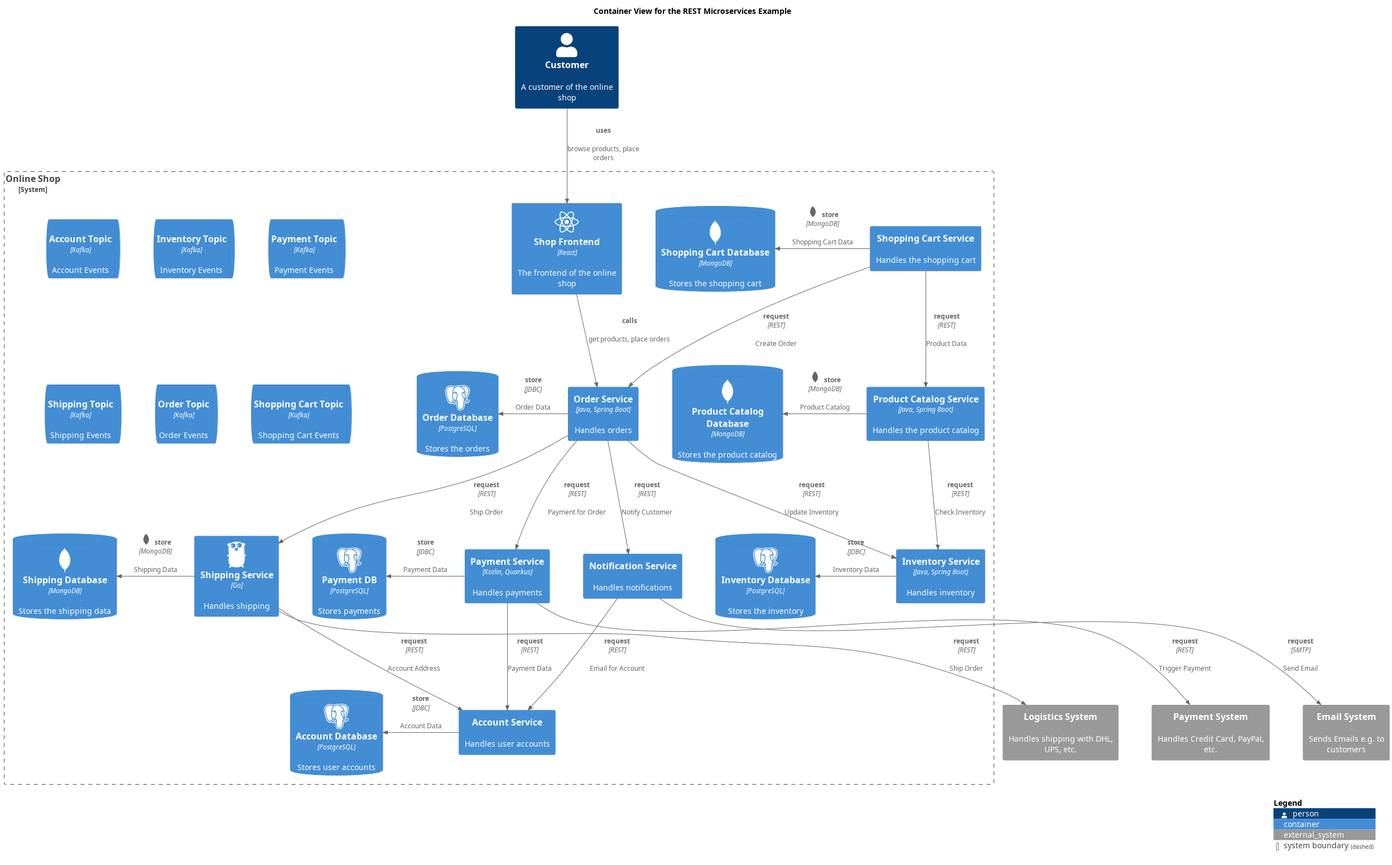
The PlantUML diagram docs/software-development/architecture/example/microservices/rest-container-view.png in lsolbach/overarch-models, before a commit. Its diagram source:
```plantuml
@startuml rest-container-view
!include <C4/C4_Container.puml>
!include <awslib14/AWSCommon>
!include <awslib14/AWSC4Integration>
!include <azure/AzureCommon>
!include <azure/AzureC4Integration>
!include <tupadr3/common>
!include <tupadr3/font-awesome-5/react>
!include <tupadr3/devicons2/postgresql>
!include <tupadr3/devicons2/go>
!include <tupadr3/devicons2/mongodb>


LAYOUT_TOP_DOWN()



skinparam nodesep 60
skinparam ranksep 60
title Container View for the REST Microservices Example
System_Ext(softwareDevelopment_architecture_example_microservices_logisticsSystem, "Logistics System", $descr="Handles shipping with DHL, UPS, etc.")
System_Ext(softwareDevelopment_architecture_example_microservices_paymentSystem, "Payment System", $descr="Handles Credit Card, PayPal, etc.")
System_Boundary(softwareDevelopment_architecture_example_microservices_onlineShop, "Online Shop") {
  ContainerQueue(softwareDevelopment_architecture_example_microservices_accountTopic, "Account Topic", $descr="Account Events", $techn="Kafka", $sprite="kafka")
  Container(softwareDevelopment_architecture_example_microservices_paymentService, "Payment Service", $descr="Handles payments", $techn="Kotlin, Quarkus")
  ContainerDb(softwareDevelopment_architecture_example_microservices_shippingDb, "Shipping Database", $descr="Stores the shipping data", $techn="MongoDB", $sprite="mongodb")
  Container(softwareDevelopment_architecture_example_microservices_shippingService, "Shipping Service", $descr="Handles shipping", $techn="Go", $sprite="go")
  Container(softwareDevelopment_architecture_example_microservices_shoppingCartService, "Shopping Cart Service", $descr="Handles the shopping cart")
  ContainerQueue(softwareDevelopment_architecture_example_microservices_inventoryTopic, "Inventory Topic", $descr="Inventory Events", $techn="Kafka", $sprite="kafka")
  ContainerQueue(softwareDevelopment_architecture_example_microservices_paymentTopic, "Payment Topic", $descr="Payment Events", $techn="Kafka", $sprite="kafka")
  ContainerDb(softwareDevelopment_architecture_example_microservices_inventoryDb, "Inventory Database", $descr="Stores the inventory", $techn="PostgreSQL", $sprite="postgresql")
  Container(softwareDevelopment_architecture_example_microservices_notificationService, "Notification Service", $descr="Handles notifications")
  ContainerQueue(softwareDevelopment_architecture_example_microservices_shippingTopic, "Shipping Topic", $descr="Shipping Events", $techn="Kafka", $sprite="kafka")
  ContainerQueue(softwareDevelopment_architecture_example_microservices_orderTopic, "Order Topic", $descr="Order Events", $techn="Kafka", $sprite="kafka")
  Container(softwareDevelopment_architecture_example_microservices_inventoryService, "Inventory Service", $descr="Handles inventory", $techn="Java, Spring Boot")
  ContainerQueue(softwareDevelopment_architecture_example_microservices_shoppingCartTopic, "Shopping Cart Topic", $descr="Shopping Cart Events", $techn="Kafka", $sprite="kafka")
  Container(softwareDevelopment_architecture_example_microservices_shopFrontend, "Shop Frontend", $descr="The frontend of the online shop", $techn="React", $sprite="react")
  Container(softwareDevelopment_architecture_example_microservices_orderService, "Order Service", $descr="Handles orders", $techn="Java, Spring Boot")
  ContainerDb(softwareDevelopment_architecture_example_microservices_paymentDb, "Payment DB", $descr="Stores payments", $techn="PostgreSQL", $sprite="postgresql")
  ContainerDb(softwareDevelopment_architecture_example_microservices_accountDb, "Account Database", $descr="Stores user accounts", $techn="PostgreSQL", $sprite="postgresql")
  Container(softwareDevelopment_architecture_example_microservices_accountService, "Account Service", $descr="Handles user accounts")
  ContainerDb(softwareDevelopment_architecture_example_microservices_productCatalogDb, "Product Catalog Database", $descr="Stores the product catalog", $techn="MongoDB", $sprite="mongodb")
  ContainerDb(softwareDevelopment_architecture_example_microservices_orderDb, "Order Database", $descr="Stores the orders", $techn="PostgreSQL", $sprite="postgresql")
  Container(softwareDevelopment_architecture_example_microservices_productCatalogService, "Product Catalog Service", $descr="Handles the product catalog", $techn="Java, Spring Boot")
  ContainerDb(softwareDevelopment_architecture_example_microservices_shoppingCartDb, "Shopping Cart Database", $descr="Stores the shopping cart", $techn="MongoDB", $sprite="mongodb")
}
Person(softwareDevelopment_architecture_example_microservices_customer, "Customer", $descr="A customer of the online shop")
System_Ext(softwareDevelopment_architecture_example_microservices_emailSystem, "Email System", $descr="Sends Emails e.g. to customers")
Rel_L(softwareDevelopment_architecture_example_microservices_accountService, softwareDevelopment_architecture_example_microservices_accountDb, "store", $descr="Account Data", $techn="JDBC")
Rel(softwareDevelopment_architecture_example_microservices_paymentService, softwareDevelopment_architecture_example_microservices_accountService, "request", $descr="Payment Data", $techn="REST")
Rel(softwareDevelopment_architecture_example_microservices_orderService, softwareDevelopment_architecture_example_microservices_paymentService, "request", $descr="Payment for Order", $techn="REST")
Rel(softwareDevelopment_architecture_example_microservices_orderService, softwareDevelopment_architecture_example_microservices_notificationService, "request", $descr="Notify Customer", $techn="REST")
Rel_L(softwareDevelopment_architecture_example_microservices_orderService, softwareDevelopment_architecture_example_microservices_orderDb, "store", $descr="Order Data", $techn="JDBC")
Rel(softwareDevelopment_architecture_example_microservices_shopFrontend, softwareDevelopment_architecture_example_microservices_orderService, "calls", $descr="get products, place orders")
Rel(softwareDevelopment_architecture_example_microservices_paymentService, softwareDevelopment_architecture_example_microservices_paymentSystem, "request", $descr="Trigger Payment", $techn="REST")
Rel_L(softwareDevelopment_architecture_example_microservices_shoppingCartService, softwareDevelopment_architecture_example_microservices_shoppingCartDb, "store", $descr="Shopping Cart Data", $techn="MongoDB", $sprite="mongodb,scale=0.5")
Rel_L(softwareDevelopment_architecture_example_microservices_paymentService, softwareDevelopment_architecture_example_microservices_paymentDb, "store", $descr="Payment Data", $techn="JDBC")
Rel(softwareDevelopment_architecture_example_microservices_notificationService, softwareDevelopment_architecture_example_microservices_emailSystem, "request", $descr="Send Email", $techn="SMTP")
Rel(softwareDevelopment_architecture_example_microservices_productCatalogService, softwareDevelopment_architecture_example_microservices_inventoryService, "request", $descr="Check Inventory", $techn="REST")
Rel(softwareDevelopment_architecture_example_microservices_orderService, softwareDevelopment_architecture_example_microservices_shippingService, "request", $descr="Ship Order", $techn="REST")
Rel(softwareDevelopment_architecture_example_microservices_notificationService, softwareDevelopment_architecture_example_microservices_accountService, "request", $descr="Email for Account", $techn="REST")
Rel_L(softwareDevelopment_architecture_example_microservices_inventoryService, softwareDevelopment_architecture_example_microservices_inventoryDb, "store", $descr="Inventory Data", $techn="JDBC")
Rel(softwareDevelopment_architecture_example_microservices_shoppingCartService, softwareDevelopment_architecture_example_microservices_productCatalogService, "request", $descr="Product Data", $techn="REST")
Rel_L(softwareDevelopment_architecture_example_microservices_shippingService, softwareDevelopment_architecture_example_microservices_shippingDb, "store", $descr="Shipping Data", $techn="MongoDB", $sprite="mongodb,scale=0.5")
Rel(softwareDevelopment_architecture_example_microservices_shippingService, softwareDevelopment_architecture_example_microservices_accountService, "request", $descr="Account Address", $techn="REST")
Rel(softwareDevelopment_architecture_example_microservices_customer, softwareDevelopment_architecture_example_microservices_shopFrontend, "uses", $descr="browse products, place orders")
Rel(softwareDevelopment_architecture_example_microservices_shippingService, softwareDevelopment_architecture_example_microservices_logisticsSystem, "request", $descr="Ship Order", $techn="REST")
Rel_L(softwareDevelopment_architecture_example_microservices_productCatalogService, softwareDevelopment_architecture_example_microservices_productCatalogDb, "store", $descr="Product Catalog", $techn="MongoDB", $sprite="mongodb,scale=0.5")
Rel(softwareDevelopment_architecture_example_microservices_orderService, softwareDevelopment_architecture_example_microservices_inventoryService, "request", $descr="Update Inventory", $techn="REST")
Rel(softwareDevelopment_architecture_example_microservices_shoppingCartService, softwareDevelopment_architecture_example_microservices_orderService, "request", $descr="Create Order", $techn="REST")
SHOW_LEGEND()
@enduml
```
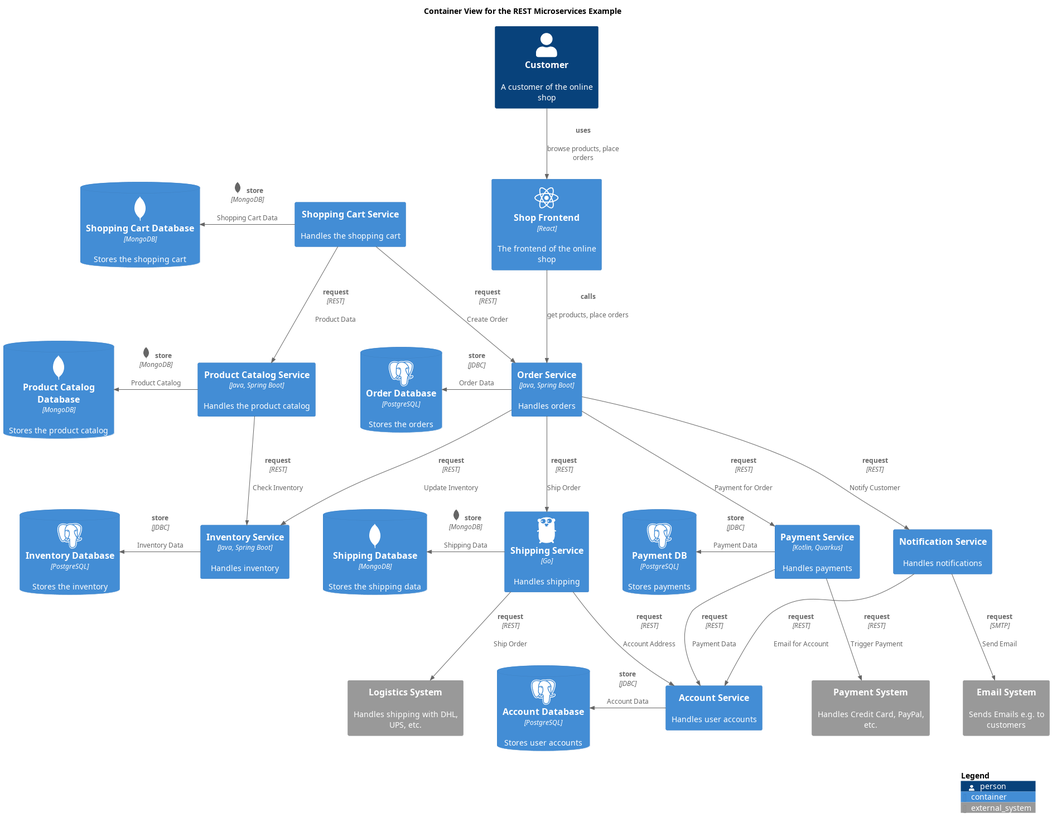
After the change.

Change to the diagram source:
```diff
@@ -18,33 +18,25 @@
 skinparam nodesep 60
 skinparam ranksep 60
 title Container View for the REST Microservices Example
+Container(softwareDevelopment_architecture_example_microservices_paymentService, "Payment Service", $descr="Handles payments", $techn="Kotlin, Quarkus")
+Container(softwareDevelopment_architecture_example_microservices_inventoryService, "Inventory Service", $descr="Handles inventory", $techn="Java, Spring Boot")
 System_Ext(softwareDevelopment_architecture_example_microservices_logisticsSystem, "Logistics System", $descr="Handles shipping with DHL, UPS, etc.")
+Container(softwareDevelopment_architecture_example_microservices_shippingService, "Shipping Service", $descr="Handles shipping", $techn="Go", $sprite="go")
+ContainerDb(softwareDevelopment_architecture_example_microservices_productCatalogDb, "Product Catalog Database", $descr="Stores the product catalog", $techn="MongoDB", $sprite="mongodb")
+ContainerDb(softwareDevelopment_architecture_example_microservices_shoppingCartDb, "Shopping Cart Database", $descr="Stores the shopping cart", $techn="MongoDB", $sprite="mongodb")
+ContainerDb(softwareDevelopment_architecture_example_microservices_accountDb, "Account Database", $descr="Stores user accounts", $techn="PostgreSQL", $sprite="postgresql")
 System_Ext(softwareDevelopment_architecture_example_microservices_paymentSystem, "Payment System", $descr="Handles Credit Card, PayPal, etc.")
-System_Boundary(softwareDevelopment_architecture_example_microservices_onlineShop, "Online Shop") {
-  ContainerQueue(softwareDevelopment_architecture_example_microservices_accountTopic, "Account Topic", $descr="Account Events", $techn="Kafka", $sprite="kafka")
-  Container(softwareDevelopment_architecture_example_microservices_paymentService, "Payment Service", $descr="Handles payments", $techn="Kotlin, Quarkus")
-  ContainerDb(softwareDevelopment_architecture_example_microservices_shippingDb, "Shipping Database", $descr="Stores the shipping data", $techn="MongoDB", $sprite="mongodb")
-  Container(softwareDevelopment_architecture_example_microservices_shippingService, "Shipping Service", $descr="Handles shipping", $techn="Go", $sprite="go")
-  Container(softwareDevelopment_architecture_example_microservices_shoppingCartService, "Shopping Cart Service", $descr="Handles the shopping cart")
-  ContainerQueue(softwareDevelopment_architecture_example_microservices_inventoryTopic, "Inventory Topic", $descr="Inventory Events", $techn="Kafka", $sprite="kafka")
-  ContainerQueue(softwareDevelopment_architecture_example_microservices_paymentTopic, "Payment Topic", $descr="Payment Events", $techn="Kafka", $sprite="kafka")
-  ContainerDb(softwareDevelopment_architecture_example_microservices_inventoryDb, "Inventory Database", $descr="Stores the inventory", $techn="PostgreSQL", $sprite="postgresql")
-  Container(softwareDevelopment_architecture_example_microservices_notificationService, "Notification Service", $descr="Handles notifications")
-  ContainerQueue(softwareDevelopment_architecture_example_microservices_shippingTopic, "Shipping Topic", $descr="Shipping Events", $techn="Kafka", $sprite="kafka")
-  ContainerQueue(softwareDevelopment_architecture_example_microservices_orderTopic, "Order Topic", $descr="Order Events", $techn="Kafka", $sprite="kafka")
-  Container(softwareDevelopment_architecture_example_microservices_inventoryService, "Inventory Service", $descr="Handles inventory", $techn="Java, Spring Boot")
-  ContainerQueue(softwareDevelopment_architecture_example_microservices_shoppingCartTopic, "Shopping Cart Topic", $descr="Shopping Cart Events", $techn="Kafka", $sprite="kafka")
-  Container(softwareDevelopment_architecture_example_microservices_shopFrontend, "Shop Frontend", $descr="The frontend of the online shop", $techn="React", $sprite="react")
-  Container(softwareDevelopment_architecture_example_microservices_orderService, "Order Service", $descr="Handles orders", $techn="Java, Spring Boot")
-  ContainerDb(softwareDevelopment_architecture_example_microservices_paymentDb, "Payment DB", $descr="Stores payments", $techn="PostgreSQL", $sprite="postgresql")
-  ContainerDb(softwareDevelopment_architecture_example_microservices_accountDb, "Account Database", $descr="Stores user accounts", $techn="PostgreSQL", $sprite="postgresql")
-  Container(softwareDevelopment_architecture_example_microservices_accountService, "Account Service", $descr="Handles user accounts")
-  ContainerDb(softwareDevelopment_architecture_example_microservices_productCatalogDb, "Product Catalog Database", $descr="Stores the product catalog", $techn="MongoDB", $sprite="mongodb")
-  ContainerDb(softwareDevelopment_architecture_example_microservices_orderDb, "Order Database", $descr="Stores the orders", $techn="PostgreSQL", $sprite="postgresql")
-  Container(softwareDevelopment_architecture_example_microservices_productCatalogService, "Product Catalog Service", $descr="Handles the product catalog", $techn="Java, Spring Boot")
-  ContainerDb(softwareDevelopment_architecture_example_microservices_shoppingCartDb, "Shopping Cart Database", $descr="Stores the shopping cart", $techn="MongoDB", $sprite="mongodb")
-}
+Container(softwareDevelopment_architecture_example_microservices_shopFrontend, "Shop Frontend", $descr="The frontend of the online shop", $techn="React", $sprite="react")
+Container(softwareDevelopment_architecture_example_microservices_shoppingCartService, "Shopping Cart Service", $descr="Handles the shopping cart")
+Container(softwareDevelopment_architecture_example_microservices_accountService, "Account Service", $descr="Handles user accounts")
+ContainerDb(softwareDevelopment_architecture_example_microservices_shippingDb, "Shipping Database", $descr="Stores the shipping data", $techn="MongoDB", $sprite="mongodb")
+ContainerDb(softwareDevelopment_architecture_example_microservices_inventoryDb, "Inventory Database", $descr="Stores the inventory", $techn="PostgreSQL", $sprite="postgresql")
+ContainerDb(softwareDevelopment_architecture_example_microservices_orderDb, "Order Database", $descr="Stores the orders", $techn="PostgreSQL", $sprite="postgresql")
+Container(softwareDevelopment_architecture_example_microservices_notificationService, "Notification Service", $descr="Handles notifications")
+ContainerDb(softwareDevelopment_architecture_example_microservices_paymentDb, "Payment DB", $descr="Stores payments", $techn="PostgreSQL", $sprite="postgresql")
+Container(softwareDevelopment_architecture_example_microservices_productCatalogService, "Product Catalog Service", $descr="Handles the product catalog", $techn="Java, Spring Boot")
 Person(softwareDevelopment_architecture_example_microservices_customer, "Customer", $descr="A customer of the online shop")
+Container(softwareDevelopment_architecture_example_microservices_orderService, "Order Service", $descr="Handles orders", $techn="Java, Spring Boot")
 System_Ext(softwareDevelopment_architecture_example_microservices_emailSystem, "Email System", $descr="Sends Emails e.g. to customers")
 Rel_L(softwareDevelopment_architecture_example_microservices_accountService, softwareDevelopment_architecture_example_microservices_accountDb, "store", $descr="Account Data", $techn="JDBC")
 Rel(softwareDevelopment_architecture_example_microservices_paymentService, softwareDevelopment_architecture_example_microservices_accountService, "request", $descr="Payment Data", $techn="REST")
```
